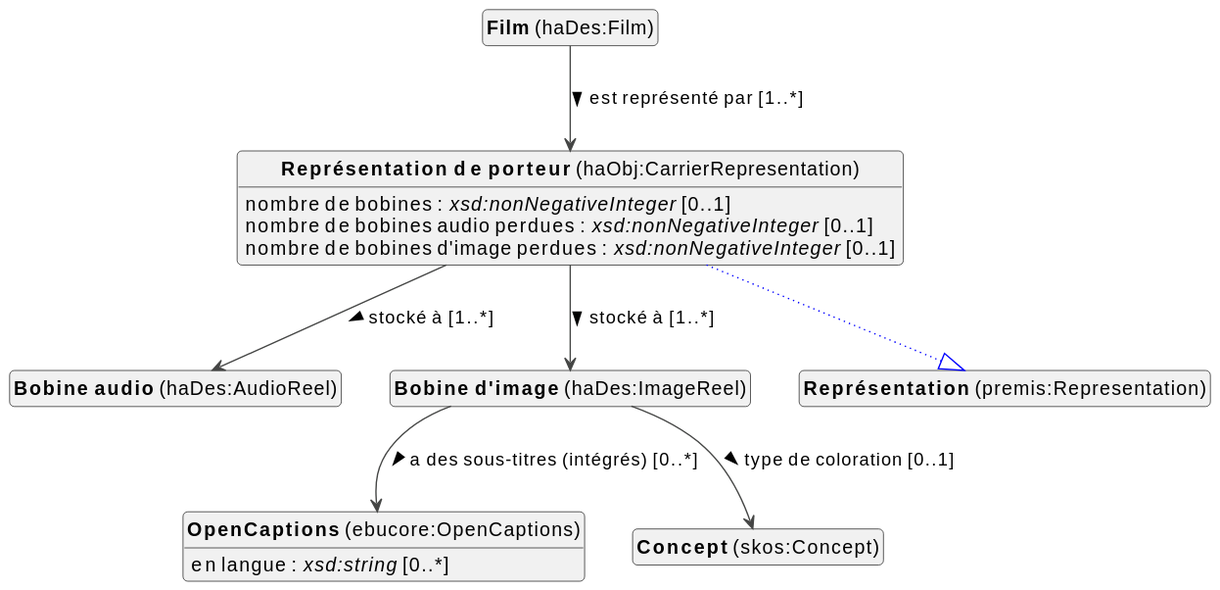
Above: docs/metadata/knowledge-graph/0.0.1/film/fr/film-diagram.svg in viaacode/documentation-jekyll (PlantUML), before the change.
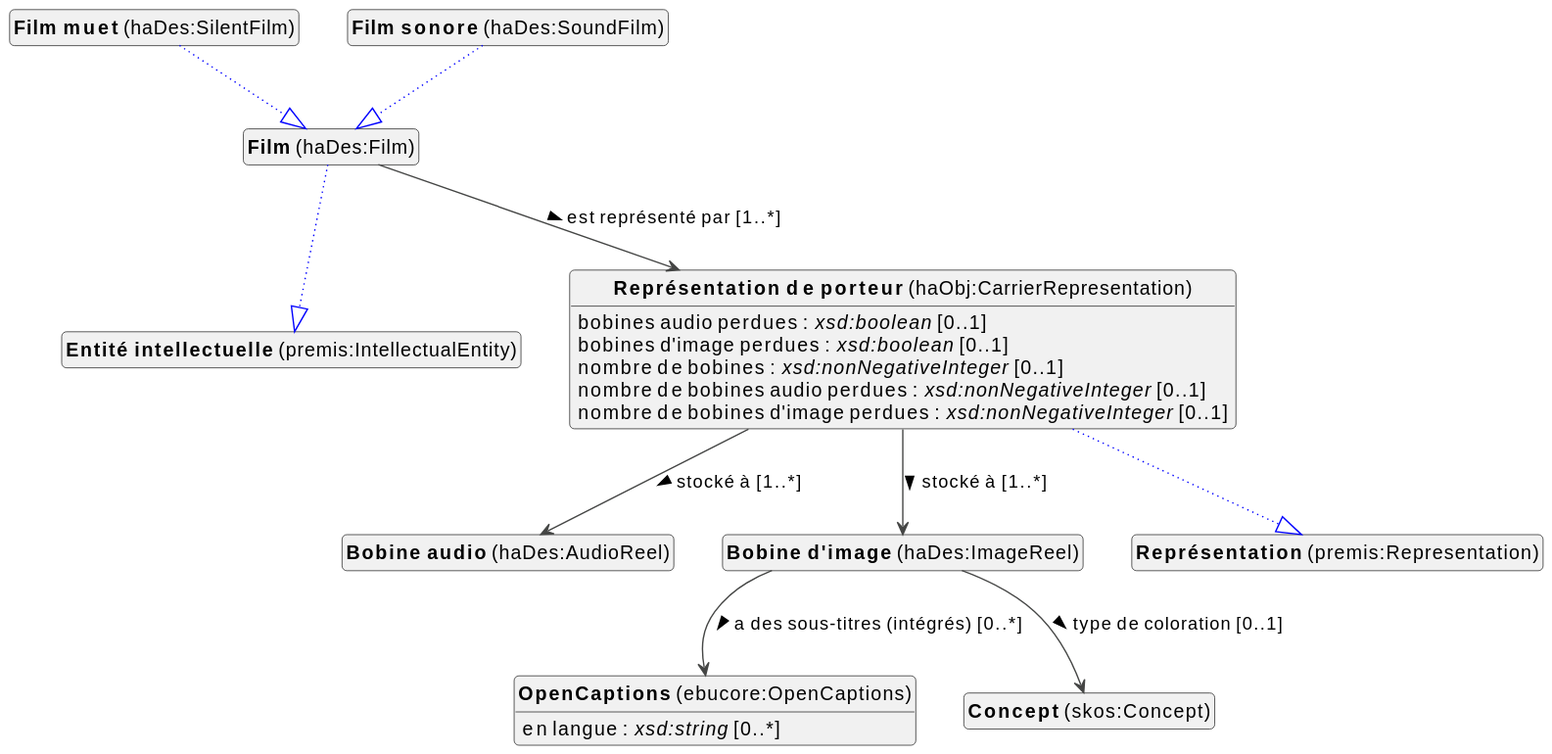
Later version of the same file.

Change to the diagram source:
```diff
@@ -15,6 +15,11 @@
 class "<b>Bobine d'image</b> (haDes:ImageReel)" as haDes_ImageReel [[#haDes%3AImageReel]]
 class "<b>Concept</b> (skos:Concept)" as skos_Concept [[../../terms/fr#skos%3AConcept]]
 class "<b>Film</b> (haDes:Film)" as haDes_Film [[#haDes%3AFilm]]
+class "<b>Entité intellectuelle</b> (premis:IntellectualEntity)" as premis_IntellectualEntity [[#premis%3AIntellectualEntity]]
+class "<b>Film muet</b> (haDes:SilentFilm)" as haDes_SilentFilm [[#haDes%3ASilentFilm]]
+class "<b>Film</b> (haDes:Film)" as haDes_Film [[#haDes%3AFilm]]
+class "<b>Film sonore</b> (haDes:SoundFilm)" as haDes_SoundFilm [[#haDes%3ASoundFilm]]
+class "<b>Film</b> (haDes:Film)" as haDes_Film [[#haDes%3AFilm]]
 class "<b>Représentation de porteur</b> (haObj:CarrierRepresentation)" as haObj_CarrierRepresentation [[../../audiovisual/fr#haObj%3ACarrierRepresentation]]
 class "<b>Représentation</b> (premis:Representation)" as premis_Representation [[#premis%3ARepresentation]]
 
@@ -30,11 +35,20 @@
 
 
 
+haDes_Film --|> premis_IntellectualEntity #blue;line.dotted;text:blue
 
 haDes_Film --> haObj_CarrierRepresentation :est représenté par [1..*]  >
 
+haDes_SilentFilm --|> haDes_Film #blue;line.dotted;text:blue
+
+
+haDes_SoundFilm --|> haDes_Film #blue;line.dotted;text:blue
+
+
 haObj_CarrierRepresentation --|> premis_Representation #blue;line.dotted;text:blue
 
+haObj_CarrierRepresentation : bobines audio perdues : <i>xsd:boolean</i> [0..1]
+haObj_CarrierRepresentation : bobines d'image perdues : <i>xsd:boolean</i> [0..1]
 haObj_CarrierRepresentation : nombre de bobines : <i>xsd:nonNegativeInteger</i> [0..1]
 haObj_CarrierRepresentation : nombre de bobines audio perdues : <i>xsd:nonNegativeInteger</i> [0..1]
 haObj_CarrierRepresentation : nombre de bobines d'image perdues : <i>xsd:nonNegativeInteger</i> [0..1]
@@ -43,6 +57,7 @@
 
 
 
+
 hide circle
 hide methods
 hide empty members
```
